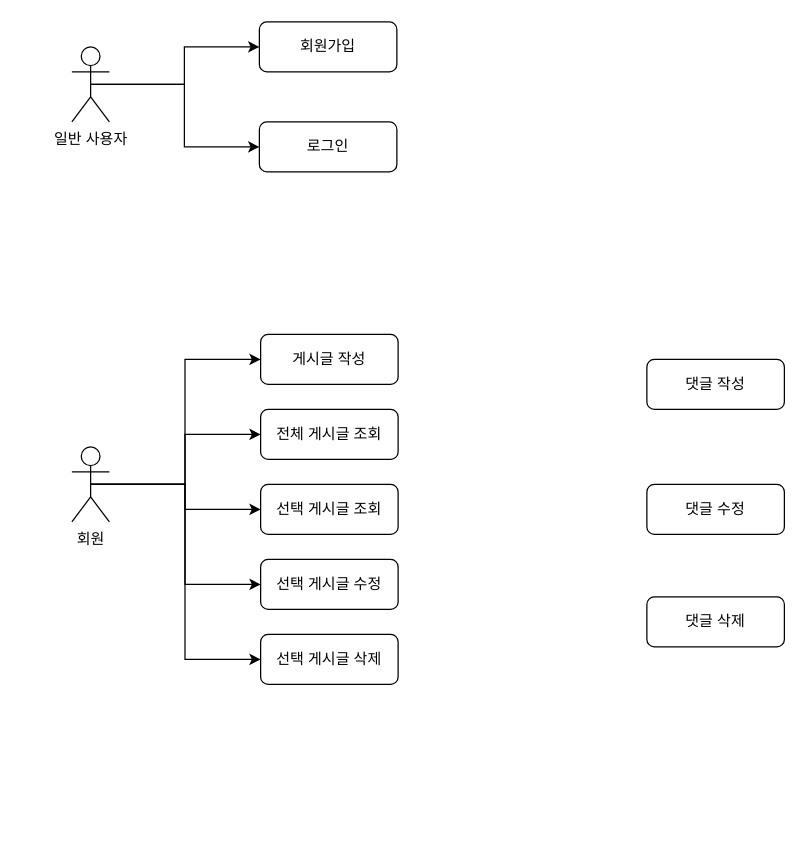
Above: src/main/resources/prestudy-usecase.drawio in hmyanghm/hanghae7-pre-study-spring (draw.io), before the change. Source tidied: cells renumbered, new cells numbered last; positions are measured from the earlier drawing's top-left corner, leaving out a move shared by most shapes. Both pictures are drawn from the tidied source at 125%, with x=0, y=0 at pixel (71, 21).
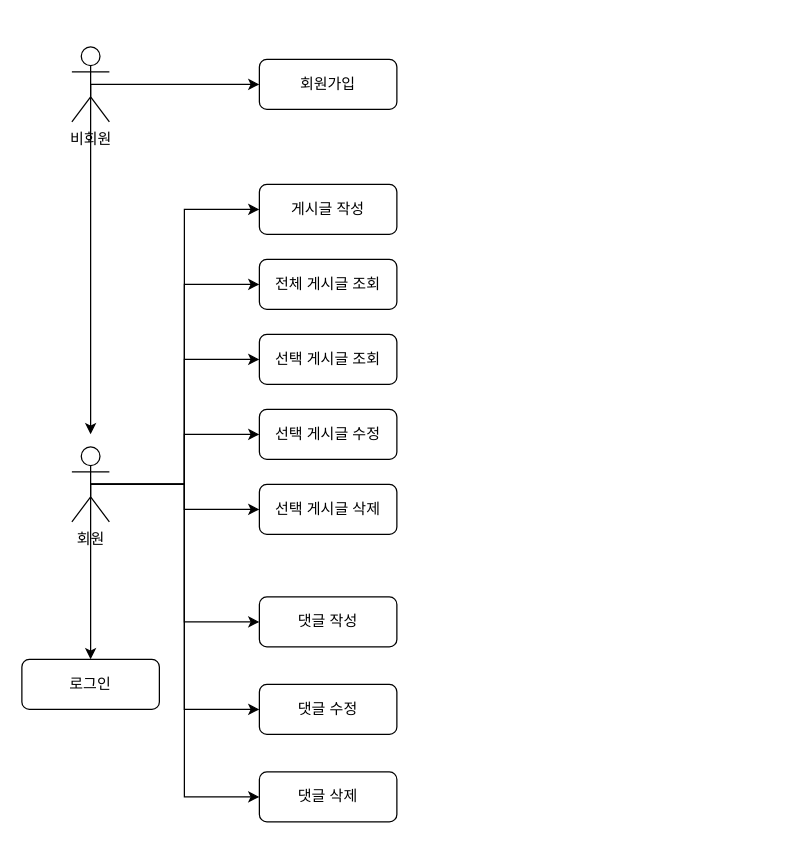
The same page after the edit.

The change refers to these unchanged cells:
```xml
<mxCell id="10" value="회원" style="shape=umlActor;verticalLabelPosition=bottom;verticalAlign=top;html=1;outlineConnect=0;" parent="1" vertex="1">
  <mxGeometry y="340" width="30" height="60" as="geometry" />
</mxCell>
```

Diff of the diagram source:
```diff
@@
-    <mxCell id="3" style="edgeStyle=orthogonalEdgeStyle;rounded=0;jettySize=auto;html=1;exitX=0.5;exitY=0.5;exitDx=0;exitDy=0;exitPerimeter=0;entryX=0;entryY=0.5;entryDx=0;entryDy=0;" parent="1" edge="1" source="4" target="12">
-      <mxGeometry relative="1" as="geometry" />
-    </mxCell>
+    <mxCell id="21" style="edgeStyle=orthogonalEdgeStyle;rounded=0;jettySize=auto;html=1;exitX=0.5;exitY=0.5;exitDx=0;exitDy=0;exitPerimeter=0;" parent="1" edge="1" source="4">
+      <mxGeometry relative="1" as="geometry">
+        <mxPoint x="15" y="330" as="targetPoint" />
+      </mxGeometry>
+    </mxCell>
-    <mxCell id="4" value="일반 사용자" style="shape=umlActor;verticalLabelPosition=bottom;verticalAlign=top;html=1;outlineConnect=0;" parent="1" vertex="1">
+    <mxCell id="4" value="비회원" style="shape=umlActor;verticalLabelPosition=bottom;verticalAlign=top;html=1;outlineConnect=0;" parent="1" vertex="1">
       <mxGeometry y="20" width="30" height="60" as="geometry" />
     </mxCell>
@@
+    <mxCell id="22" style="edgeStyle=orthogonalEdgeStyle;rounded=0;jettySize=auto;html=1;exitX=0.5;exitY=0.5;exitDx=0;exitDy=0;exitPerimeter=0;entryX=0.5;entryY=0;entryDx=0;entryDy=0;" parent="1" edge="1" source="10" target="12">
+      <mxGeometry relative="1" as="geometry" />
+    </mxCell>
+    <mxCell id="23" style="edgeStyle=orthogonalEdgeStyle;rounded=0;jettySize=auto;html=1;exitX=0.5;exitY=0.5;exitDx=0;exitDy=0;exitPerimeter=0;entryX=0;entryY=0.5;entryDx=0;entryDy=0;" parent="1" edge="1" source="10" target="20">
+      <mxGeometry relative="1" as="geometry" />
+    </mxCell>
+    <mxCell id="24" style="edgeStyle=orthogonalEdgeStyle;rounded=0;jettySize=auto;html=1;exitX=0.5;exitY=0.5;exitDx=0;exitDy=0;exitPerimeter=0;entryX=0;entryY=0.5;entryDx=0;entryDy=0;" parent="1" edge="1" source="10" target="19">
+      <mxGeometry relative="1" as="geometry" />
+    </mxCell>
+    <mxCell id="25" style="edgeStyle=orthogonalEdgeStyle;rounded=0;jettySize=auto;html=1;exitX=0.5;exitY=0.5;exitDx=0;exitDy=0;exitPerimeter=0;entryX=0;entryY=0.5;entryDx=0;entryDy=0;" parent="1" edge="1" source="10" target="18">
+      <mxGeometry relative="1" as="geometry" />
+    </mxCell>
@@
     <mxCell id="11" value="회원가입" style="rounded=1;whiteSpace=wrap;html=1;" parent="1" vertex="1">
-      <mxGeometry x="150" width="110" height="40" as="geometry" />
+      <mxGeometry x="150" y="30" width="110" height="40" as="geometry" />
     </mxCell>
     <mxCell id="12" value="로그인" style="rounded=1;whiteSpace=wrap;html=1;" parent="1" vertex="1">
-      <mxGeometry x="150" y="80" width="110" height="40" as="geometry" />
+      <mxGeometry x="-40" y="510" width="110" height="40" as="geometry" />
     </mxCell>
     <mxCell id="13" value="게시글 작성" style="rounded=1;whiteSpace=wrap;html=1;" parent="1" vertex="1">
-      <mxGeometry x="151" y="250" width="110" height="40" as="geometry" />
+      <mxGeometry x="150" y="130" width="110" height="40" as="geometry" />
     </mxCell>
     <mxCell id="14" value="선택 게시글 조회" style="rounded=1;whiteSpace=wrap;html=1;" parent="1" vertex="1">
-      <mxGeometry x="151" y="370" width="110" height="40" as="geometry" />
+      <mxGeometry x="150" y="250" width="110" height="40" as="geometry" />
     </mxCell>
     <mxCell id="15" value="전체 게시글 조회" style="rounded=1;whiteSpace=wrap;html=1;" parent="1" vertex="1">
-      <mxGeometry x="151" y="310" width="110" height="40" as="geometry" />
+      <mxGeometry x="150" y="190" width="110" height="40" as="geometry" />
     </mxCell>
     <mxCell id="16" value="선택 게시글 수정" style="rounded=1;whiteSpace=wrap;html=1;" parent="1" vertex="1">
-      <mxGeometry x="151" y="430" width="110" height="40" as="geometry" />
+      <mxGeometry x="150" y="310" width="110" height="40" as="geometry" />
     </mxCell>
     <mxCell id="17" value="선택 게시글 삭제" style="rounded=1;whiteSpace=wrap;html=1;" parent="1" vertex="1">
-      <mxGeometry x="151" y="490" width="110" height="40" as="geometry" />
+      <mxGeometry x="150" y="370" width="110" height="40" as="geometry" />
     </mxCell>
     <mxCell id="18" value="댓글 삭제" style="rounded=1;whiteSpace=wrap;html=1;" parent="1" vertex="1">
-      <mxGeometry x="460" y="460" width="110" height="40" as="geometry" />
+      <mxGeometry x="150" y="600" width="110" height="40" as="geometry" />
     </mxCell>
     <mxCell id="19" value="댓글 수정" style="rounded=1;whiteSpace=wrap;html=1;" parent="1" vertex="1">
-      <mxGeometry x="460" y="370" width="110" height="40" as="geometry" />
+      <mxGeometry x="150" y="530" width="110" height="40" as="geometry" />
     </mxCell>
     <mxCell id="20" value="댓글 작성" style="rounded=1;whiteSpace=wrap;html=1;" parent="1" vertex="1">
-      <mxGeometry x="460" y="270" width="110" height="40" as="geometry" />
+      <mxGeometry x="150" y="460" width="110" height="40" as="geometry" />
     </mxCell>
```
